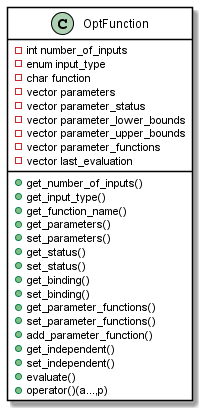
This is optimisation/design/images/OptFunction_diagram.png from pace-neutrons/pace-developers, a PlantUML export, as it was before one commit. The source it was exported from:
```plantuml
@startuml

skinparam class {
BackgroundColor White
ArrowColor Black
BorderColor Black
}

class OptFunction{
- int number_of_inputs
- enum input_type
- char function
- vector parameters
- vector parameter_status
- vector parameter_lower_bounds
- vector parameter_upper_bounds
- vector parameter_functions
- vector last_evaluation
+ get_number_of_inputs()
+ get_input_type()
+ get_function_name()
+ get_parameters()
+ set_parameters()
+ get_status()
+ set_status()
+ get_binding()
+ set_binding()
+ get_parameter_functions()
+ set_parameter_functions()
+ add_parameter_function()
+ get_independent()
+ set_independent()
+ evaluate()
+ operator()(a...,p)
}
@enduml
```
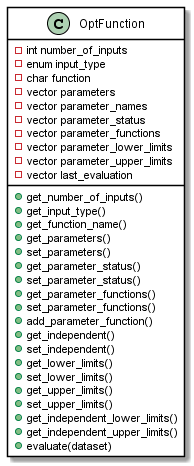
The same file after the commit.

The edit, as a diff of the source:
```diff
@@ -1,4 +1,4 @@
-@startuml
+@startuml OptFunction_diagram
 
 skinparam class {
 BackgroundColor White
@@ -11,26 +11,30 @@
 - enum input_type
 - char function
 - vector parameters
+- vector parameter_names
 - vector parameter_status
-- vector parameter_lower_bounds
-- vector parameter_upper_bounds
 - vector parameter_functions
+- vector parameter_lower_limits
+- vector parameter_upper_limits
 - vector last_evaluation
 + get_number_of_inputs()
 + get_input_type()
 + get_function_name()
 + get_parameters()
 + set_parameters()
-+ get_status()
-+ set_status()
-+ get_binding()
-+ set_binding()
++ get_parameter_status()
++ set_parameter_status()
 + get_parameter_functions()
 + set_parameter_functions()
 + add_parameter_function()
 + get_independent()
 + set_independent()
-+ evaluate()
-+ operator()(a...,p)
++ get_lower_limits()
++ set_lower_limits()
++ get_upper_limits()
++ set_upper_limits()
++ get_independent_lower_limits()
++ get_independent_upper_limits()
++ evaluate(dataset)
 }
 @enduml
```
